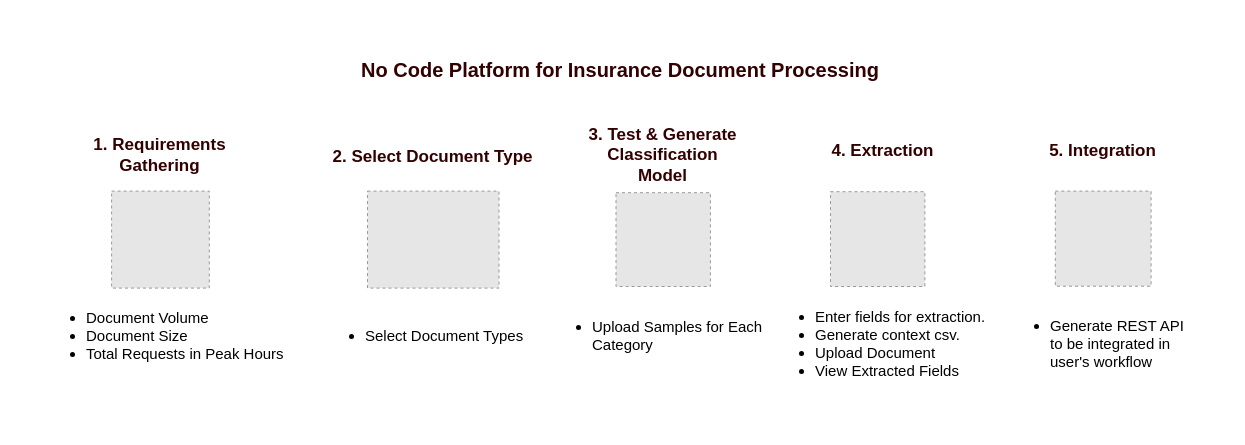
Earlier version of the draw.io diagram No Code Platform for Insurance Document Processing .drawio (sidthedesigner/Draw.io). Source tidied: cells renumbered, new cells numbered last; positions are measured from the earlier drawing's top-left corner, leaving out a move shared by most shapes. Both pictures are drawn from the tidied source at 100%, with x=0, y=0 at pixel (44, 54). Pictures stored in the file or linked from it are replaced by grey dashed boxes.
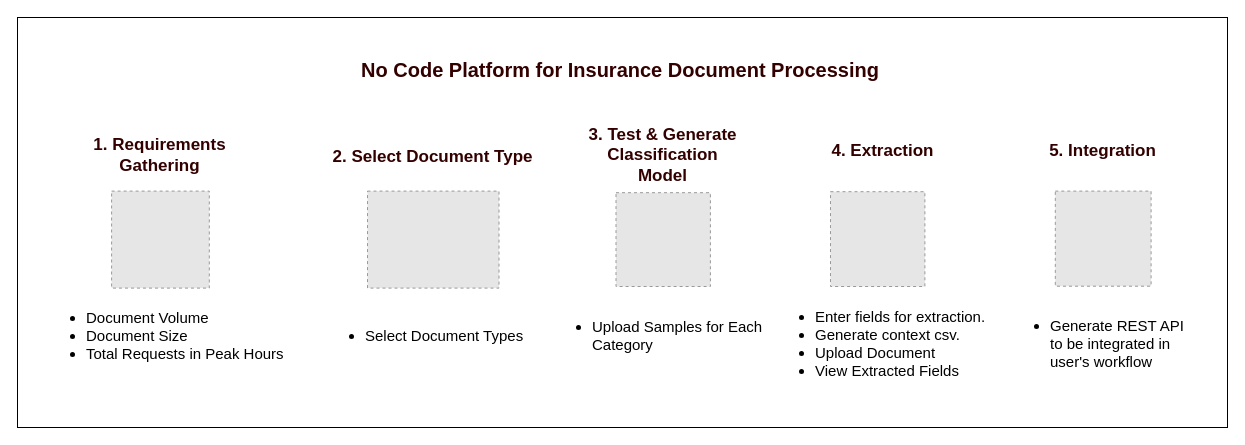
The same page after the edit.

Change to the diagram source:
```diff
@@
 <mxGraphModel>
   <root>
     <mxCell id="0" />
     <mxCell id="1" parent="0" />
     <mxCell id="2" style="fillColor=#E6E6E6;strokeColor=#999999;dashed=1;verticalLabelPosition=bottom;labelBackgroundColor=default;verticalAlign=top;fontSize=15;" parent="1" vertex="1">
       <mxGeometry x="323" y="136.6" width="131.5" height="97" as="geometry" />
     </mxCell>
     <mxCell id="3" style="fillColor=#E6E6E6;strokeColor=#999999;dashed=1;verticalLabelPosition=bottom;labelBackgroundColor=default;verticalAlign=top;" parent="1" vertex="1">
       <mxGeometry x="67.1" y="136.6" width="97.7" height="97" as="geometry" />
     </mxCell>
     <mxCell id="4" style="fillColor=#E6E6E6;strokeColor=#999999;dashed=1;verticalLabelPosition=bottom;labelBackgroundColor=default;verticalAlign=top;" parent="1" vertex="1">
       <mxGeometry x="571.5" y="138.2" width="94.4" height="93.8" as="geometry" />
     </mxCell>
     <mxCell id="5" value="&lt;b style=&quot;font-size: 20px;&quot;&gt;No Code Platform for Insurance Document Processing&lt;/b&gt;" style="text;html=1;align=center;verticalAlign=middle;whiteSpace=wrap;rounded=0;fontSize=20;fontColor=#330000;labelBackgroundColor=default;labelBorderColor=none;textShadow=0;" parent="1" vertex="1">
       <mxGeometry x="296" width="560" height="30" as="geometry" />
     </mxCell>
     <mxCell id="6" value="1. Requirements&lt;div&gt;Gathering&lt;/div&gt;" style="text;html=1;align=center;verticalAlign=middle;whiteSpace=wrap;rounded=0;fontStyle=1;fontColor=#330000;fontSize=17;" parent="1" vertex="1">
       <mxGeometry x="38.4" y="86.4" width="155.2" height="30" as="geometry" />
     </mxCell>
     <mxCell id="7" value="&lt;ul style=&quot;font-size: 15px;&quot;&gt;&lt;li style=&quot;font-size: 15px;&quot;&gt;Document Volume&lt;/li&gt;&lt;li style=&quot;font-size: 15px;&quot;&gt;Document Size&lt;/li&gt;&lt;li style=&quot;font-size: 15px;&quot;&gt;Total Requests in Peak Hours&lt;/li&gt;&lt;/ul&gt;" style="text;html=1;align=left;verticalAlign=middle;whiteSpace=wrap;rounded=0;fontSize=15;" parent="1" vertex="1">
       <mxGeometry y="241" width="257.7" height="79" as="geometry" />
     </mxCell>
     <mxCell id="8" value="2. Select Document Type" style="text;html=1;align=center;verticalAlign=middle;whiteSpace=wrap;rounded=0;fontStyle=1;fontColor=#330000;fontSize=17;" parent="1" vertex="1">
       <mxGeometry x="286.3" y="87.8" width="204.8" height="30" as="geometry" />
     </mxCell>
     <mxCell id="9" value="&lt;ul style=&quot;font-size: 15px;&quot;&gt;&lt;li style=&quot;font-size: 15px;&quot;&gt;Select Document Types&lt;/li&gt;&lt;/ul&gt;" style="text;html=1;align=left;verticalAlign=middle;whiteSpace=wrap;rounded=0;fontSize=15;" parent="1" vertex="1">
       <mxGeometry x="279" y="241" width="219.4" height="79" as="geometry" />
     </mxCell>
     <mxCell id="10" value="3. Test &amp;amp; Generate Classification Model" style="text;html=1;align=center;verticalAlign=middle;whiteSpace=wrap;rounded=0;fontStyle=1;fontColor=#330000;fontSize=17;" parent="1" vertex="1">
       <mxGeometry x="541.1" y="86.4" width="155.2" height="30" as="geometry" />
     </mxCell>
     <mxCell id="11" value="&lt;ul style=&quot;font-size: 15px;&quot;&gt;&lt;li&gt;Upload Samples for Each&amp;nbsp; Category&lt;/li&gt;&lt;/ul&gt;" style="text;html=1;align=left;verticalAlign=middle;whiteSpace=wrap;rounded=0;fontSize=15;" parent="1" vertex="1">
       <mxGeometry x="506" y="241" width="242.5" height="79" as="geometry" />
     </mxCell>
     <mxCell id="12" value="4. Extraction" style="text;html=1;align=center;verticalAlign=middle;whiteSpace=wrap;rounded=0;fontStyle=1;fontColor=#330000;fontSize=17;" parent="1" vertex="1">
       <mxGeometry x="761.1" y="82" width="155.2" height="30" as="geometry" />
     </mxCell>
     <mxCell id="13" value="&lt;ul style=&quot;font-size: 15px;&quot;&gt;&lt;li&gt;Enter fields for extraction.&lt;/li&gt;&lt;li&gt;Generate context csv.&lt;/li&gt;&lt;li&gt;Upload Document&lt;/li&gt;&lt;li&gt;View Extracted Fields&lt;/li&gt;&lt;/ul&gt;" style="text;html=1;align=left;verticalAlign=middle;whiteSpace=wrap;rounded=0;fontSize=15;" parent="1" vertex="1">
       <mxGeometry x="728.7" y="249.1" width="220" height="79" as="geometry" />
     </mxCell>
     <mxCell id="14" value="5. Integration" style="text;html=1;align=center;verticalAlign=middle;whiteSpace=wrap;rounded=0;fontStyle=1;fontColor=#330000;fontSize=17;" parent="1" vertex="1">
       <mxGeometry x="981.1" y="82" width="155.2" height="30" as="geometry" />
     </mxCell>
     <mxCell id="15" value="&lt;ul style=&quot;font-size: 15px;&quot;&gt;&lt;li&gt;Generate REST API to be integrated in user's workflow&lt;/li&gt;&lt;/ul&gt;" style="text;html=1;align=left;verticalAlign=middle;whiteSpace=wrap;rounded=0;fontSize=15;" parent="1" vertex="1">
       <mxGeometry x="963.7" y="249.1" width="190" height="79" as="geometry" />
     </mxCell>
     <mxCell id="16" style="fillColor=#E6E6E6;strokeColor=#999999;dashed=1;verticalLabelPosition=bottom;labelBackgroundColor=default;verticalAlign=top;" parent="1" vertex="1">
       <mxGeometry x="1010.8" y="136.6" width="95.8" height="95.1" as="geometry" />
     </mxCell>
     <mxCell id="17" style="fillColor=#E6E6E6;strokeColor=#999999;dashed=1;verticalLabelPosition=bottom;labelBackgroundColor=default;verticalAlign=top;" parent="1" vertex="1">
       <mxGeometry x="786" y="137.2" width="94.4" height="94.8" as="geometry" />
     </mxCell>
+    <mxCell id="18" style="rounded=0;whiteSpace=wrap;html=1;fillColor=none;" parent="1" vertex="1">
+      <mxGeometry x="-27" y="-37" width="1210" height="410" as="geometry" />
+    </mxCell>
   </root>
 </mxGraphModel>
```
